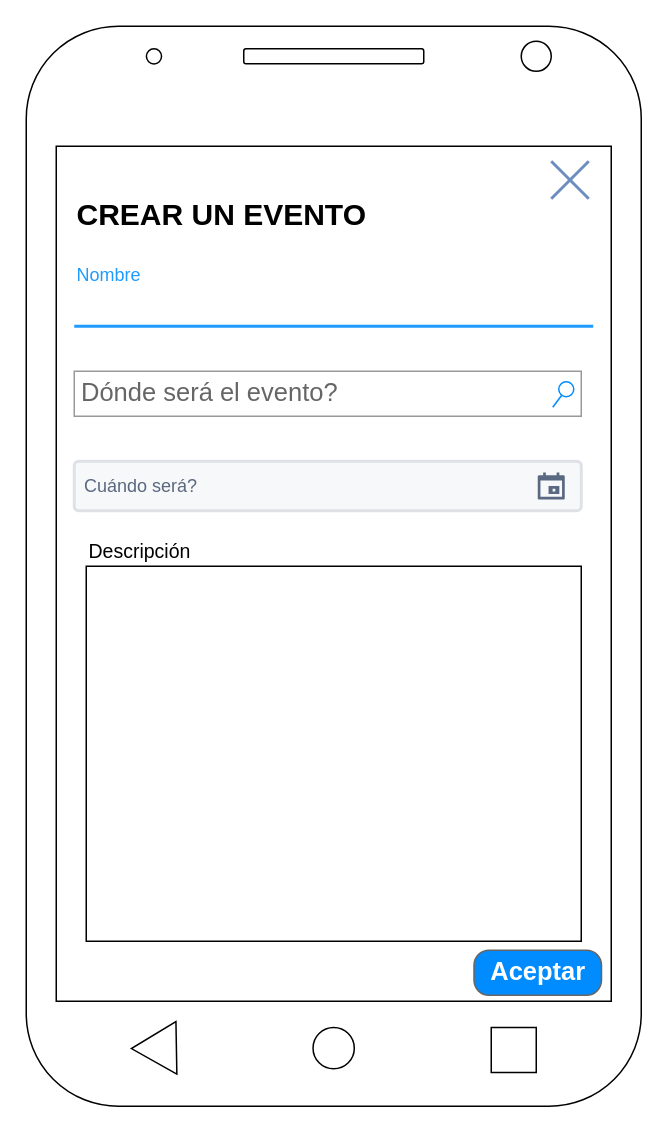
PepeNavarro7/DIU20 keeps this draw.io diagram as P2/sketch/PantallaCrearEvento.drawio. Above is the earlier version. Source tidied: cells renumbered, new cells numbered last; positions are measured from the earlier drawing's top-left corner, leaving out a move shared by most shapes. Both pictures are drawn from the tidied source at 150%, with x=0, y=0 at pixel (26, 26).
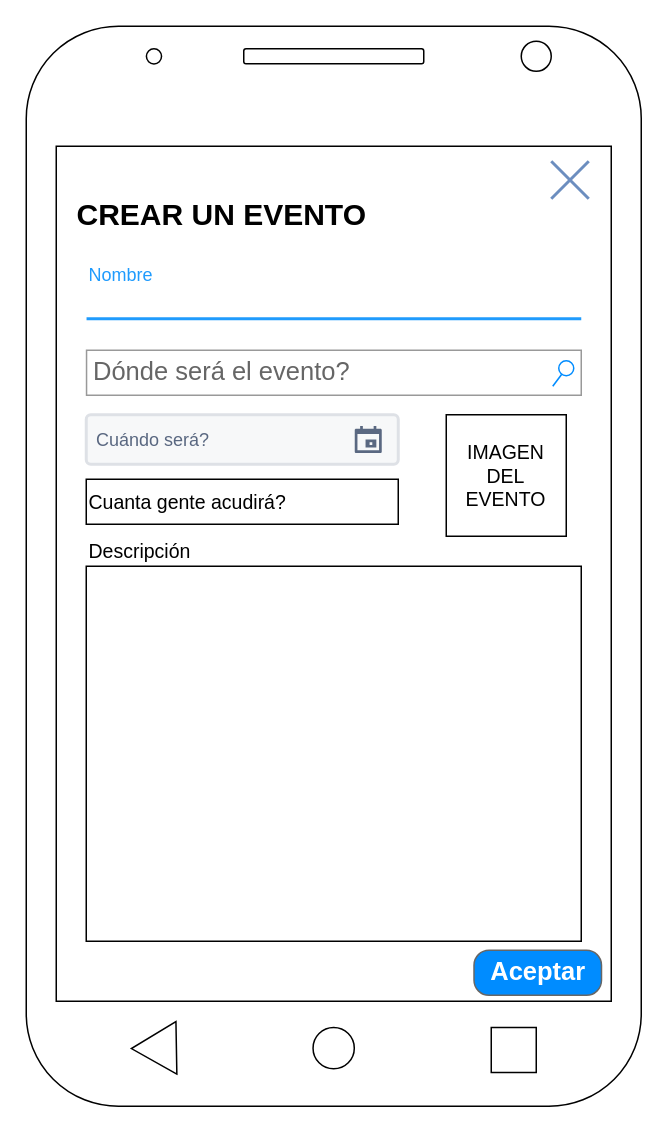
After the change.

Diff of the diagram source:
```diff
@@
     <mxCell id="11" value="Nombre" style="text;fontColor=#1F9BFD;fontSize=12;verticalAlign=middle;strokeColor=none;fillColor=none;" parent="1" vertex="1">
-      <mxGeometry x="32" y="150" width="346" height="30" as="geometry" />
+      <mxGeometry x="40" y="150" width="70" height="30" as="geometry" />
     </mxCell>
@@
     <mxCell id="13" style="dashed=0;shape=line;strokeWidth=2;noLabel=1;strokeColor=#1F9BFD;" parent="1" vertex="1">
-      <mxGeometry x="32" y="195" width="346" height="10" as="geometry" />
+      <mxGeometry x="40.2" y="190" width="329.8" height="10" as="geometry" />
     </mxCell>
@@
     <mxCell id="19" value="Dónde será el evento?" style="strokeWidth=1;shadow=0;dashed=0;align=center;html=1;shape=mxgraph.mockup.forms.searchBox;strokeColor=#999999;mainText=;strokeColor2=#008cff;fontColor=#666666;fontSize=17;align=left;spacingLeft=3;" parent="1" vertex="1">
-      <mxGeometry x="32" y="230" width="338" height="30" as="geometry" />
+      <mxGeometry x="40.2" y="216" width="329.8" height="30" as="geometry" />
     </mxCell>
     <mxCell id="20" value="Cuándo será?" style="rounded=1;arcSize=9;fillColor=#F7F8F9;align=left;spacingLeft=5;strokeColor=#DEE1E6;html=1;strokeWidth=2;fontColor=#596780;fontSize=12;" parent="1" vertex="1">
-      <mxGeometry x="32" y="290" width="338" height="33" as="geometry" />
+      <mxGeometry x="40" y="259" width="208" height="33" as="geometry" />
     </mxCell>
@@
+    <mxCell id="22" value="Cuanta gente acudirá?" style="text;html=1;strokeColor=#000000;fillColor=none;align=left;verticalAlign=middle;whiteSpace=wrap;rounded=0;fontSize=13;" parent="1" vertex="1">
+      <mxGeometry x="40" y="302" width="208" height="30" as="geometry" />
+    </mxCell>
+    <mxCell id="23" value="IMAGEN DEL EVENTO" style="rounded=0;whiteSpace=wrap;html=1;strokeColor=#000000;fontSize=13;" parent="1" vertex="1">
+      <mxGeometry x="280" y="259" width="80" height="81" as="geometry" />
+    </mxCell>
```
